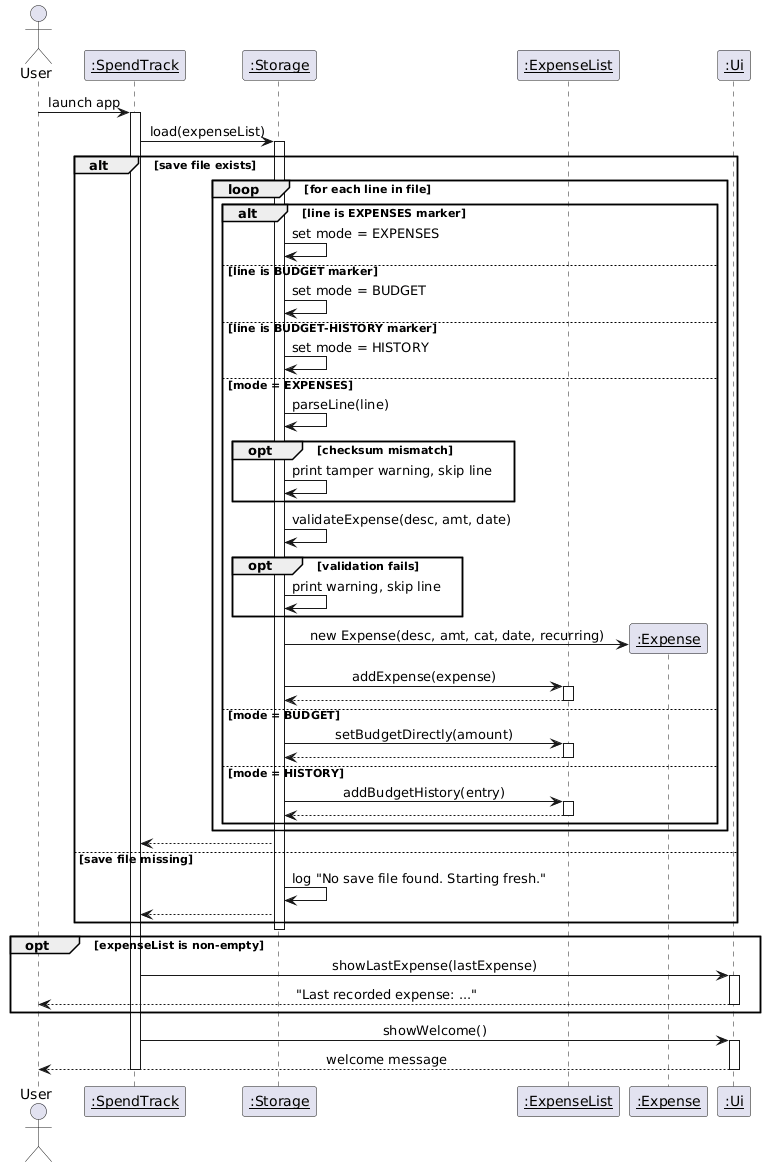
AbhijitBalajee/tp keeps this PlantUML diagram as docs/images/StorageLoadSequence.png. Above is the earlier version.
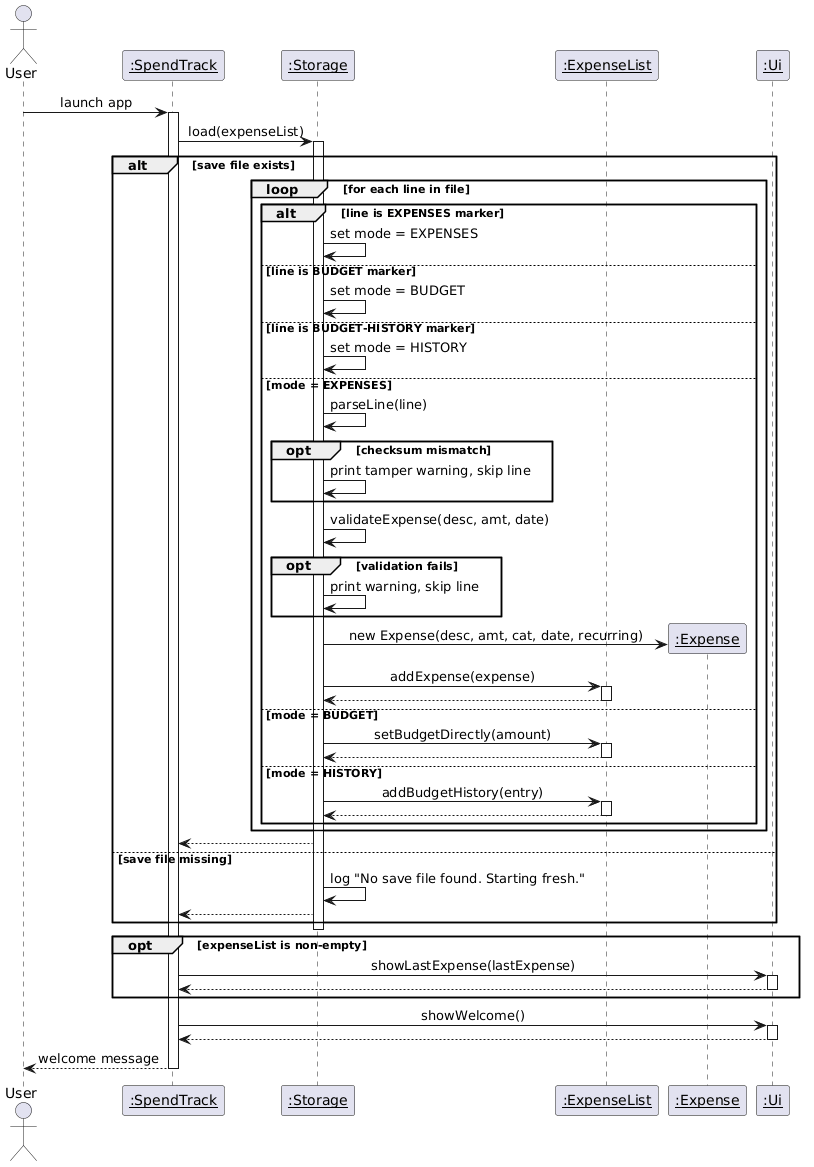
The same diagram one commit later.

Diff of the diagram source:
```diff
@@ -61,14 +61,14 @@
 opt expenseList is non-empty
     ST -> UI : showLastExpense(lastExpense)
     activate UI
-    UI --> User : "Last recorded expense: ..."
+    UI --> ST
     deactivate UI
 end
 
 ST -> UI : showWelcome()
 activate UI
-UI --> User : welcome message
+UI --> ST
 deactivate UI
-
+ST --> User : welcome message
 deactivate ST
 @enduml
```
